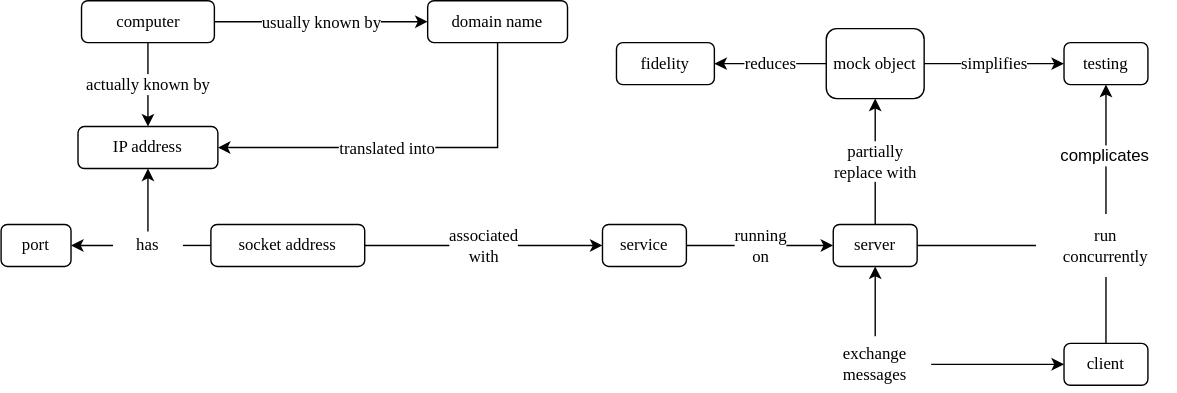
The draw.io diagram docs/ftp/concept_map.svg in gvwilson/sdxpy, before a commit. Source tidied: cells renumbered, new cells last; positions are measured from the earlier drawing's top-left corner, leaving out a move shared by most shapes. Source of this version:
```xml
<mxGraphModel>
  <root>
    <mxCell id="0" />
    <mxCell id="1" parent="0" />
    <mxCell id="2" value="domain name" style="text;html=1;strokeColor=default;fillColor=none;align=center;verticalAlign=middle;whiteSpace=wrap;rounded=1;hachureGap=4;fontFamily=Verdana;fontSize=12;" parent="1" vertex="1">
      <mxGeometry x="305" width="100" height="30" as="geometry" />
    </mxCell>
    <mxCell id="3" value="IP address" style="text;html=1;strokeColor=default;fillColor=none;align=center;verticalAlign=middle;whiteSpace=wrap;rounded=1;hachureGap=4;fontFamily=Verdana;fontSize=12;" parent="1" vertex="1">
      <mxGeometry x="55" y="90" width="100" height="30" as="geometry" />
    </mxCell>
    <mxCell id="4" value="port" style="text;html=1;strokeColor=default;fillColor=none;align=center;verticalAlign=middle;whiteSpace=wrap;rounded=1;hachureGap=4;fontFamily=Verdana;fontSize=12;" parent="1" vertex="1">
      <mxGeometry y="160" width="50" height="30" as="geometry" />
    </mxCell>
    <mxCell id="5" value="client" style="text;html=1;strokeColor=default;fillColor=none;align=center;verticalAlign=middle;whiteSpace=wrap;rounded=1;hachureGap=4;fontFamily=Verdana;fontSize=12;" parent="1" vertex="1">
      <mxGeometry x="760" y="245" width="60" height="30" as="geometry" />
    </mxCell>
    <mxCell id="6" value="server" style="text;html=1;strokeColor=default;fillColor=none;align=center;verticalAlign=middle;whiteSpace=wrap;rounded=1;hachureGap=4;fontFamily=Verdana;fontSize=12;" parent="1" vertex="1">
      <mxGeometry x="595" y="160" width="60" height="30" as="geometry" />
    </mxCell>
    <mxCell id="7" value="fidelity" style="text;html=1;strokeColor=default;fillColor=none;align=center;verticalAlign=middle;whiteSpace=wrap;rounded=1;hachureGap=4;fontFamily=Verdana;fontSize=12;" parent="1" vertex="1">
      <mxGeometry x="440" y="30" width="70" height="30" as="geometry" />
    </mxCell>
    <mxCell id="8" value="testing" style="text;html=1;strokeColor=default;fillColor=none;align=center;verticalAlign=middle;whiteSpace=wrap;rounded=1;hachureGap=4;fontFamily=Verdana;fontSize=12;" parent="1" vertex="1">
      <mxGeometry x="760" y="30" width="60" height="30" as="geometry" />
    </mxCell>
    <mxCell id="9" value="mock object" style="text;html=1;strokeColor=default;fillColor=none;align=center;verticalAlign=middle;whiteSpace=wrap;rounded=1;hachureGap=4;fontFamily=Verdana;fontSize=12;" parent="1" vertex="1">
      <mxGeometry x="590" y="20" width="70" height="50" as="geometry" />
    </mxCell>
    <mxCell id="10" value="computer" style="text;html=1;strokeColor=default;fillColor=none;align=center;verticalAlign=middle;whiteSpace=wrap;rounded=1;hachureGap=4;fontFamily=Verdana;fontSize=12;" parent="1" vertex="1">
      <mxGeometry x="57.5" width="95" height="30" as="geometry" />
    </mxCell>
    <mxCell id="11" value="service" style="text;html=1;strokeColor=default;fillColor=none;align=center;verticalAlign=middle;whiteSpace=wrap;rounded=1;hachureGap=4;fontFamily=Verdana;fontSize=12;" parent="1" vertex="1">
      <mxGeometry x="430" y="160" width="60" height="30" as="geometry" />
    </mxCell>
    <mxCell id="12" value="exchange&lt;br style=&quot;font-size: 12px;&quot;&gt;messages" style="text;html=1;strokeColor=none;fillColor=none;align=center;verticalAlign=middle;whiteSpace=wrap;rounded=0;hachureGap=4;fontFamily=Verdana;fontSize=12;" parent="1" vertex="1">
      <mxGeometry x="585" y="240" width="80" height="40" as="geometry" />
    </mxCell>
    <mxCell id="13" value="run&lt;br&gt;concurrently" style="text;html=1;strokeColor=none;fillColor=none;align=center;verticalAlign=middle;whiteSpace=wrap;rounded=0;sketch=1;hachureGap=4;fontFamily=Verdana;fontSize=12;" parent="1" vertex="1">
      <mxGeometry x="740" y="152.5" width="100" height="45" as="geometry" />
    </mxCell>
    <mxCell id="14" style="endArrow=none;html=1;rounded=1;hachureGap=4;fontFamily=Verdana;fontSize=12;startSize=14;endSize=14;sourcePerimeterSpacing=8;targetPerimeterSpacing=8;exitX=0.5;exitY=0;exitDx=0;exitDy=0;entryX=0.5;entryY=1;entryDx=0;entryDy=0;" parent="1" edge="1" source="5" target="13">
      <mxGeometry relative="1" as="geometry" />
    </mxCell>
    <mxCell id="15" style="endArrow=none;html=1;rounded=1;hachureGap=4;fontFamily=Verdana;fontSize=12;startSize=14;endSize=14;sourcePerimeterSpacing=8;targetPerimeterSpacing=8;exitX=1;exitY=0.5;exitDx=0;exitDy=0;entryX=0;entryY=0.5;entryDx=0;entryDy=0;" parent="1" edge="1" source="6" target="13">
      <mxGeometry relative="1" as="geometry" />
    </mxCell>
    <mxCell id="16" style="endArrow=classic;html=1;rounded=0;sketch=0;fontFamily=Verdana;fontSize=12;entryX=0;entryY=0.5;entryDx=0;entryDy=0;exitX=1;exitY=0.5;exitDx=0;exitDy=0;endFill=1;" parent="1" edge="1" source="12" target="5">
      <mxGeometry relative="1" as="geometry" />
    </mxCell>
    <mxCell id="17" style="endArrow=classic;html=1;rounded=0;sketch=0;fontFamily=Verdana;fontSize=12;entryX=0.5;entryY=1;entryDx=0;entryDy=0;exitX=0.5;exitY=0;exitDx=0;exitDy=0;" parent="1" edge="1" source="13" target="8">
      <mxGeometry relative="1" as="geometry" />
    </mxCell>
    <mxCell id="18" value="&lt;font style=&quot;font-size: 12px;&quot;&gt;complicates&lt;/font&gt;" style="edgeLabel;html=1;align=center;verticalAlign=middle;" parent="17" vertex="1">
      <mxGeometry x="-0.08" y="2" relative="1" as="geometry" />
    </mxCell>
    <mxCell id="19" value="simplifies" style="endArrow=classic;html=1;rounded=0;sketch=0;fontFamily=Verdana;fontSize=12;exitX=1;exitY=0.5;exitDx=0;exitDy=0;entryX=0;entryY=0.5;entryDx=0;entryDy=0;" parent="1" edge="1" source="9" target="8">
      <mxGeometry relative="1" as="geometry" />
    </mxCell>
    <mxCell id="20" value="associated&lt;br&gt;with" style="endArrow=classic;html=1;rounded=0;sketch=0;fontFamily=Verdana;fontSize=12;entryX=0;entryY=0.5;entryDx=0;entryDy=0;exitX=1;exitY=0.5;exitDx=0;exitDy=0;" parent="1" edge="1" source="26" target="11">
      <mxGeometry relative="1" as="geometry" />
    </mxCell>
    <mxCell id="21" value="actually known by" style="endArrow=classic;html=1;rounded=0;sketch=0;fontFamily=Verdana;fontSize=12;exitX=0.5;exitY=1;exitDx=0;exitDy=0;entryX=0.5;entryY=0;entryDx=0;entryDy=0;" parent="1" edge="1" source="10" target="3">
      <mxGeometry relative="1" as="geometry" />
    </mxCell>
    <mxCell id="22" style="endArrow=classic;html=1;rounded=0;sketch=0;fontFamily=Verdana;fontSize=12;entryX=1;entryY=0.5;entryDx=0;entryDy=0;exitX=0.5;exitY=1;exitDx=0;exitDy=0;" parent="1" edge="1" source="2" target="3">
      <mxGeometry relative="1" as="geometry">
        <Array as="points">
          <mxPoint x="355" y="105" />
        </Array>
      </mxGeometry>
    </mxCell>
    <mxCell id="23" value="translated into" style="edgeLabel;html=1;align=center;verticalAlign=middle;fontSize=12;fontFamily=Verdana;" parent="22" vertex="1">
      <mxGeometry x="0.13" relative="1" as="geometry" />
    </mxCell>
    <mxCell id="24" style="endArrow=classic;html=1;rounded=0;sketch=0;fontFamily=Verdana;fontSize=12;entryX=0;entryY=0.5;entryDx=0;entryDy=0;exitX=1;exitY=0.5;exitDx=0;exitDy=0;" parent="1" edge="1" source="10" target="2">
      <mxGeometry relative="1" as="geometry" />
    </mxCell>
    <mxCell id="25" value="usually known by" style="edgeLabel;html=1;align=center;verticalAlign=middle;fontSize=12;fontFamily=Verdana;" parent="24" vertex="1">
      <mxGeometry x="-0.23" y="2" relative="1" as="geometry">
        <mxPoint x="17" y="2" as="offset" />
      </mxGeometry>
    </mxCell>
    <mxCell id="26" value="socket address" style="text;html=1;strokeColor=default;fillColor=none;align=center;verticalAlign=middle;whiteSpace=wrap;rounded=1;hachureGap=4;fontFamily=Verdana;fontSize=12;" parent="1" vertex="1">
      <mxGeometry x="150" y="160" width="110" height="30" as="geometry" />
    </mxCell>
    <mxCell id="27" value="running&lt;br&gt;on" style="endArrow=classic;html=1;rounded=0;sketch=0;fontFamily=Verdana;fontSize=12;entryX=0;entryY=0.5;entryDx=0;entryDy=0;exitX=1;exitY=0.5;exitDx=0;exitDy=0;" parent="1" edge="1" source="11" target="6">
      <mxGeometry relative="1" as="geometry" />
    </mxCell>
    <mxCell id="28" style="endArrow=classic;html=1;rounded=0;sketch=0;fontFamily=Verdana;fontSize=12;entryX=0.5;entryY=1;entryDx=0;entryDy=0;" parent="1" edge="1" source="12" target="6">
      <mxGeometry relative="1" as="geometry" />
    </mxCell>
    <mxCell id="29" value="partially&lt;br&gt;replace with" style="endArrow=classic;html=1;rounded=0;sketch=0;fontFamily=Verdana;fontSize=12;entryX=0.5;entryY=1;entryDx=0;entryDy=0;exitX=0.5;exitY=0;exitDx=0;exitDy=0;" parent="1" edge="1" source="6" target="9">
      <mxGeometry relative="1" as="geometry" />
    </mxCell>
    <mxCell id="30" value="reduces" style="endArrow=classic;html=1;rounded=0;sketch=0;fontFamily=Verdana;fontSize=12;entryX=1;entryY=0.5;entryDx=0;entryDy=0;" parent="1" edge="1" source="9" target="7">
      <mxGeometry relative="1" as="geometry" />
    </mxCell>
    <mxCell id="31" value="has" style="text;html=1;strokeColor=none;fillColor=none;align=center;verticalAlign=middle;whiteSpace=wrap;rounded=0;hachureGap=4;fontFamily=Verdana;fontSize=12;" parent="1" vertex="1">
      <mxGeometry x="80" y="165" width="50" height="20" as="geometry" />
    </mxCell>
    <mxCell id="32" style="endArrow=classic;html=1;rounded=0;entryX=0.5;entryY=1;entryDx=0;entryDy=0;exitX=0.5;exitY=0;exitDx=0;exitDy=0;" parent="1" edge="1" source="31" target="3">
      <mxGeometry relative="1" as="geometry" />
    </mxCell>
    <mxCell id="33" style="endArrow=classic;html=1;rounded=0;entryX=1;entryY=0.5;entryDx=0;entryDy=0;exitX=0;exitY=0.5;exitDx=0;exitDy=0;" parent="1" edge="1" source="31" target="4">
      <mxGeometry relative="1" as="geometry" />
    </mxCell>
    <mxCell id="34" style="endArrow=none;html=1;rounded=0;exitX=1;exitY=0.5;exitDx=0;exitDy=0;entryX=0;entryY=0.5;entryDx=0;entryDy=0;" parent="1" edge="1" source="31" target="26">
      <mxGeometry relative="1" as="geometry" />
    </mxCell>
  </root>
</mxGraphModel>
```
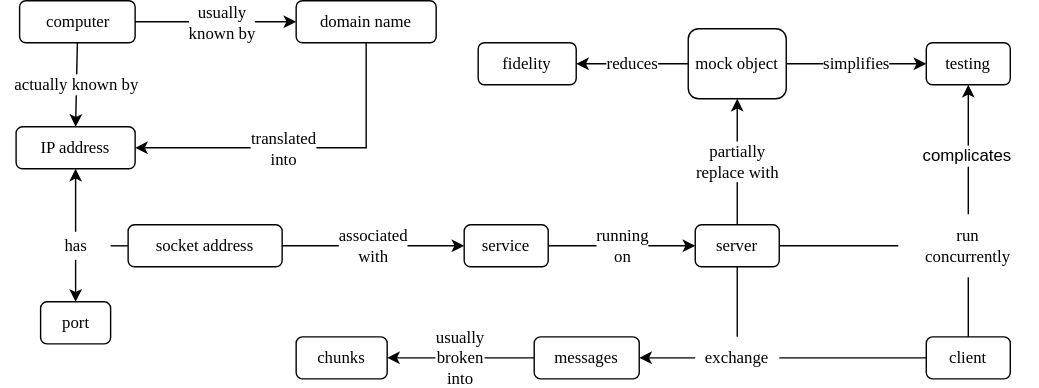
The same diagram one commit later.

Change to the diagram source:
```diff
@@ -3,40 +3,37 @@
     <mxCell id="0" />
     <mxCell id="1" parent="0" />
     <mxCell id="2" value="domain name" style="text;html=1;strokeColor=default;fillColor=none;align=center;verticalAlign=middle;whiteSpace=wrap;rounded=1;hachureGap=4;fontFamily=Verdana;fontSize=12;" parent="1" vertex="1">
-      <mxGeometry x="305" width="100" height="30" as="geometry" />
+      <mxGeometry x="200" width="100" height="30" as="geometry" />
     </mxCell>
     <mxCell id="3" value="IP address" style="text;html=1;strokeColor=default;fillColor=none;align=center;verticalAlign=middle;whiteSpace=wrap;rounded=1;hachureGap=4;fontFamily=Verdana;fontSize=12;" parent="1" vertex="1">
-      <mxGeometry x="55" y="90" width="100" height="30" as="geometry" />
+      <mxGeometry y="90" width="85" height="30" as="geometry" />
     </mxCell>
     <mxCell id="4" value="port" style="text;html=1;strokeColor=default;fillColor=none;align=center;verticalAlign=middle;whiteSpace=wrap;rounded=1;hachureGap=4;fontFamily=Verdana;fontSize=12;" parent="1" vertex="1">
-      <mxGeometry y="160" width="50" height="30" as="geometry" />
+      <mxGeometry x="17.5" y="215" width="50" height="30" as="geometry" />
     </mxCell>
     <mxCell id="5" value="client" style="text;html=1;strokeColor=default;fillColor=none;align=center;verticalAlign=middle;whiteSpace=wrap;rounded=1;hachureGap=4;fontFamily=Verdana;fontSize=12;" parent="1" vertex="1">
-      <mxGeometry x="760" y="245" width="60" height="30" as="geometry" />
+      <mxGeometry x="650" y="240" width="60" height="30" as="geometry" />
     </mxCell>
     <mxCell id="6" value="server" style="text;html=1;strokeColor=default;fillColor=none;align=center;verticalAlign=middle;whiteSpace=wrap;rounded=1;hachureGap=4;fontFamily=Verdana;fontSize=12;" parent="1" vertex="1">
-      <mxGeometry x="595" y="160" width="60" height="30" as="geometry" />
+      <mxGeometry x="485" y="160" width="60" height="30" as="geometry" />
     </mxCell>
     <mxCell id="7" value="fidelity" style="text;html=1;strokeColor=default;fillColor=none;align=center;verticalAlign=middle;whiteSpace=wrap;rounded=1;hachureGap=4;fontFamily=Verdana;fontSize=12;" parent="1" vertex="1">
-      <mxGeometry x="440" y="30" width="70" height="30" as="geometry" />
+      <mxGeometry x="330" y="30" width="70" height="30" as="geometry" />
     </mxCell>
     <mxCell id="8" value="testing" style="text;html=1;strokeColor=default;fillColor=none;align=center;verticalAlign=middle;whiteSpace=wrap;rounded=1;hachureGap=4;fontFamily=Verdana;fontSize=12;" parent="1" vertex="1">
-      <mxGeometry x="760" y="30" width="60" height="30" as="geometry" />
+      <mxGeometry x="650" y="30" width="60" height="30" as="geometry" />
     </mxCell>
     <mxCell id="9" value="mock object" style="text;html=1;strokeColor=default;fillColor=none;align=center;verticalAlign=middle;whiteSpace=wrap;rounded=1;hachureGap=4;fontFamily=Verdana;fontSize=12;" parent="1" vertex="1">
-      <mxGeometry x="590" y="20" width="70" height="50" as="geometry" />
+      <mxGeometry x="480" y="20" width="70" height="50" as="geometry" />
     </mxCell>
     <mxCell id="10" value="computer" style="text;html=1;strokeColor=default;fillColor=none;align=center;verticalAlign=middle;whiteSpace=wrap;rounded=1;hachureGap=4;fontFamily=Verdana;fontSize=12;" parent="1" vertex="1">
-      <mxGeometry x="57.5" width="95" height="30" as="geometry" />
+      <mxGeometry x="2.5" width="82.5" height="30" as="geometry" />
     </mxCell>
     <mxCell id="11" value="service" style="text;html=1;strokeColor=default;fillColor=none;align=center;verticalAlign=middle;whiteSpace=wrap;rounded=1;hachureGap=4;fontFamily=Verdana;fontSize=12;" parent="1" vertex="1">
-      <mxGeometry x="430" y="160" width="60" height="30" as="geometry" />
+      <mxGeometry x="320" y="160" width="60" height="30" as="geometry" />
     </mxCell>
-    <mxCell id="12" value="exchange&lt;br style=&quot;font-size: 12px;&quot;&gt;messages" style="text;html=1;strokeColor=none;fillColor=none;align=center;verticalAlign=middle;whiteSpace=wrap;rounded=0;hachureGap=4;fontFamily=Verdana;fontSize=12;" parent="1" vertex="1">
-      <mxGeometry x="585" y="240" width="80" height="40" as="geometry" />
-    </mxCell>
     <mxCell id="13" value="run&lt;br&gt;concurrently" style="text;html=1;strokeColor=none;fillColor=none;align=center;verticalAlign=middle;whiteSpace=wrap;rounded=0;sketch=1;hachureGap=4;fontFamily=Verdana;fontSize=12;" parent="1" vertex="1">
-      <mxGeometry x="740" y="152.5" width="100" height="45" as="geometry" />
+      <mxGeometry x="630" y="152.5" width="100" height="45" as="geometry" />
     </mxCell>
     <mxCell id="14" style="endArrow=none;html=1;rounded=1;hachureGap=4;fontFamily=Verdana;fontSize=12;startSize=14;endSize=14;sourcePerimeterSpacing=8;targetPerimeterSpacing=8;exitX=0.5;exitY=0;exitDx=0;exitDy=0;entryX=0.5;entryY=1;entryDx=0;entryDy=0;" parent="1" edge="1" source="5" target="13">
       <mxGeometry relative="1" as="geometry" />
@@ -44,9 +41,6 @@
     <mxCell id="15" style="endArrow=none;html=1;rounded=1;hachureGap=4;fontFamily=Verdana;fontSize=12;startSize=14;endSize=14;sourcePerimeterSpacing=8;targetPerimeterSpacing=8;exitX=1;exitY=0.5;exitDx=0;exitDy=0;entryX=0;entryY=0.5;entryDx=0;entryDy=0;" parent="1" edge="1" source="6" target="13">
       <mxGeometry relative="1" as="geometry" />
     </mxCell>
-    <mxCell id="16" style="endArrow=classic;html=1;rounded=0;sketch=0;fontFamily=Verdana;fontSize=12;entryX=0;entryY=0.5;entryDx=0;entryDy=0;exitX=1;exitY=0.5;exitDx=0;exitDy=0;endFill=1;" parent="1" edge="1" source="12" target="5">
-      <mxGeometry relative="1" as="geometry" />
-    </mxCell>
     <mxCell id="17" style="endArrow=classic;html=1;rounded=0;sketch=0;fontFamily=Verdana;fontSize=12;entryX=0.5;entryY=1;entryDx=0;entryDy=0;exitX=0.5;exitY=0;exitDx=0;exitDy=0;" parent="1" edge="1" source="13" target="8">
       <mxGeometry relative="1" as="geometry" />
     </mxCell>
@@ -65,30 +59,27 @@
     <mxCell id="22" style="endArrow=classic;html=1;rounded=0;sketch=0;fontFamily=Verdana;fontSize=12;entryX=1;entryY=0.5;entryDx=0;entryDy=0;exitX=0.5;exitY=1;exitDx=0;exitDy=0;" parent="1" edge="1" source="2" target="3">
       <mxGeometry relative="1" as="geometry">
         <Array as="points">
-          <mxPoint x="355" y="105" />
+          <mxPoint x="250" y="105" />
         </Array>
       </mxGeometry>
     </mxCell>
-    <mxCell id="23" value="translated into" style="edgeLabel;html=1;align=center;verticalAlign=middle;fontSize=12;fontFamily=Verdana;" parent="22" vertex="1">
+    <mxCell id="23" value="translated&lt;br&gt;into" style="edgeLabel;html=1;align=center;verticalAlign=middle;fontSize=12;fontFamily=Verdana;" parent="22" vertex="1">
       <mxGeometry x="0.13" relative="1" as="geometry" />
     </mxCell>
     <mxCell id="24" style="endArrow=classic;html=1;rounded=0;sketch=0;fontFamily=Verdana;fontSize=12;entryX=0;entryY=0.5;entryDx=0;entryDy=0;exitX=1;exitY=0.5;exitDx=0;exitDy=0;" parent="1" edge="1" source="10" target="2">
       <mxGeometry relative="1" as="geometry" />
     </mxCell>
-    <mxCell id="25" value="usually known by" style="edgeLabel;html=1;align=center;verticalAlign=middle;fontSize=12;fontFamily=Verdana;" parent="24" vertex="1">
+    <mxCell id="25" value="usually&lt;br&gt;known by" style="edgeLabel;html=1;align=center;verticalAlign=middle;fontSize=12;fontFamily=Verdana;" parent="24" vertex="1">
       <mxGeometry x="-0.23" y="2" relative="1" as="geometry">
         <mxPoint x="17" y="2" as="offset" />
       </mxGeometry>
     </mxCell>
     <mxCell id="26" value="socket address" style="text;html=1;strokeColor=default;fillColor=none;align=center;verticalAlign=middle;whiteSpace=wrap;rounded=1;hachureGap=4;fontFamily=Verdana;fontSize=12;" parent="1" vertex="1">
-      <mxGeometry x="150" y="160" width="110" height="30" as="geometry" />
+      <mxGeometry x="80" y="160" width="110" height="30" as="geometry" />
     </mxCell>
     <mxCell id="27" value="running&lt;br&gt;on" style="endArrow=classic;html=1;rounded=0;sketch=0;fontFamily=Verdana;fontSize=12;entryX=0;entryY=0.5;entryDx=0;entryDy=0;exitX=1;exitY=0.5;exitDx=0;exitDy=0;" parent="1" edge="1" source="11" target="6">
       <mxGeometry relative="1" as="geometry" />
     </mxCell>
-    <mxCell id="28" style="endArrow=classic;html=1;rounded=0;sketch=0;fontFamily=Verdana;fontSize=12;entryX=0.5;entryY=1;entryDx=0;entryDy=0;" parent="1" edge="1" source="12" target="6">
-      <mxGeometry relative="1" as="geometry" />
-    </mxCell>
     <mxCell id="29" value="partially&lt;br&gt;replace with" style="endArrow=classic;html=1;rounded=0;sketch=0;fontFamily=Verdana;fontSize=12;entryX=0.5;entryY=1;entryDx=0;entryDy=0;exitX=0.5;exitY=0;exitDx=0;exitDy=0;" parent="1" edge="1" source="6" target="9">
       <mxGeometry relative="1" as="geometry" />
     </mxCell>
@@ -96,16 +87,37 @@
       <mxGeometry relative="1" as="geometry" />
     </mxCell>
     <mxCell id="31" value="has" style="text;html=1;strokeColor=none;fillColor=none;align=center;verticalAlign=middle;whiteSpace=wrap;rounded=0;hachureGap=4;fontFamily=Verdana;fontSize=12;" parent="1" vertex="1">
-      <mxGeometry x="80" y="165" width="50" height="20" as="geometry" />
+      <mxGeometry x="17.5" y="165" width="50" height="20" as="geometry" />
     </mxCell>
     <mxCell id="32" style="endArrow=classic;html=1;rounded=0;entryX=0.5;entryY=1;entryDx=0;entryDy=0;exitX=0.5;exitY=0;exitDx=0;exitDy=0;" parent="1" edge="1" source="31" target="3">
       <mxGeometry relative="1" as="geometry" />
     </mxCell>
-    <mxCell id="33" style="endArrow=classic;html=1;rounded=0;entryX=1;entryY=0.5;entryDx=0;entryDy=0;exitX=0;exitY=0.5;exitDx=0;exitDy=0;" parent="1" edge="1" source="31" target="4">
+    <mxCell id="33" style="endArrow=classic;html=1;rounded=0;entryX=0.5;entryY=0;entryDx=0;entryDy=0;exitX=0.5;exitY=1;exitDx=0;exitDy=0;" parent="1" edge="1" source="31" target="4">
       <mxGeometry relative="1" as="geometry" />
     </mxCell>
     <mxCell id="34" style="endArrow=none;html=1;rounded=0;exitX=1;exitY=0.5;exitDx=0;exitDy=0;entryX=0;entryY=0.5;entryDx=0;entryDy=0;" parent="1" edge="1" source="31" target="26">
       <mxGeometry relative="1" as="geometry" />
     </mxCell>
+    <mxCell id="35" value="messages" style="text;html=1;strokeColor=default;fillColor=none;align=center;verticalAlign=middle;whiteSpace=wrap;rounded=1;hachureGap=4;fontFamily=Verdana;fontSize=12;" parent="1" vertex="1">
+      <mxGeometry x="370" y="240" width="75" height="30" as="geometry" />
+    </mxCell>
+    <mxCell id="36" value="&lt;font face=&quot;Verdana&quot;&gt;exchange&lt;/font&gt;" style="text;html=1;strokeColor=none;fillColor=none;align=center;verticalAlign=middle;whiteSpace=wrap;rounded=0;" parent="1" vertex="1">
+      <mxGeometry x="485" y="240" width="60" height="30" as="geometry" />
+    </mxCell>
+    <mxCell id="37" value="chunks" style="text;html=1;strokeColor=default;fillColor=none;align=center;verticalAlign=middle;whiteSpace=wrap;rounded=1;hachureGap=4;fontFamily=Verdana;fontSize=12;" parent="1" vertex="1">
+      <mxGeometry x="200" y="240" width="65" height="30" as="geometry" />
+    </mxCell>
+    <mxCell id="38" style="endArrow=none;html=1;rounded=0;fontFamily=Verdana;entryX=0.5;entryY=1;entryDx=0;entryDy=0;exitX=0.5;exitY=0;exitDx=0;exitDy=0;" parent="1" edge="1" source="36" target="6">
+      <mxGeometry relative="1" as="geometry" />
+    </mxCell>
+    <mxCell id="39" style="endArrow=none;html=1;rounded=0;fontFamily=Verdana;entryX=0;entryY=0.5;entryDx=0;entryDy=0;exitX=1;exitY=0.5;exitDx=0;exitDy=0;" parent="1" edge="1" source="36" target="5">
+      <mxGeometry relative="1" as="geometry" />
+    </mxCell>
+    <mxCell id="40" style="endArrow=classic;html=1;rounded=0;fontFamily=Verdana;exitX=0;exitY=0.5;exitDx=0;exitDy=0;entryX=1;entryY=0.5;entryDx=0;entryDy=0;" parent="1" edge="1" source="36" target="35">
+      <mxGeometry relative="1" as="geometry" />
+    </mxCell>
+    <mxCell id="41" value="&lt;font style=&quot;font-size: 12px&quot;&gt;usually&lt;br&gt;broken&lt;br&gt;into&lt;/font&gt;" style="endArrow=classic;html=1;rounded=0;fontFamily=Verdana;entryX=1;entryY=0.5;entryDx=0;entryDy=0;exitX=0;exitY=0.5;exitDx=0;exitDy=0;" parent="1" edge="1" source="35" target="37">
+      <mxGeometry relative="1" as="geometry" />
+    </mxCell>
   </root>
 </mxGraphModel>
```
